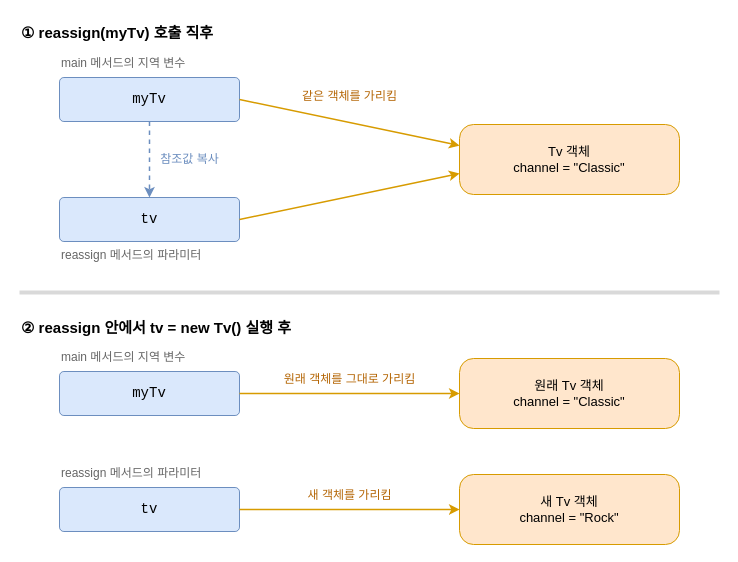
The draw.io diagram src/content/img/call-by-value/java-reassign.drawio in benelog/blog, before the edit. Source tidied: cells renumbered, new cells numbered last; positions are measured from the earlier drawing's top-left corner, leaving out a move shared by most shapes. Both pictures are drawn from the tidied source at 100%, with x=0, y=0 at pixel (19, 17).
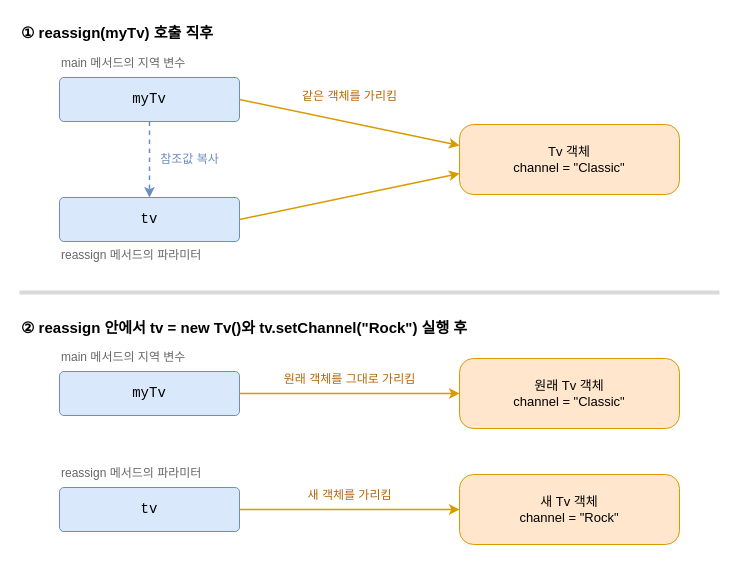
The same page after the edit.

The edit, as a diff of the source:
```diff
@@
-    <mxCell id="12" value="② reassign 안에서 tv = new Tv() 실행 후" style="text;html=1;fontSize=15;fontStyle=1;align=left;verticalAlign=middle;" parent="1" vertex="1">
-      <mxGeometry y="295" width="500" height="30" as="geometry" />
+    <mxCell id="12" value="② reassign 안에서 tv = new Tv()와 tv.setChannel(&quot;Rock&quot;) 실행 후" style="text;html=1;fontSize=15;fontStyle=1;align=left;verticalAlign=middle;" parent="1" vertex="1">
+      <mxGeometry y="295" width="700" height="30" as="geometry" />
     </mxCell>
```
